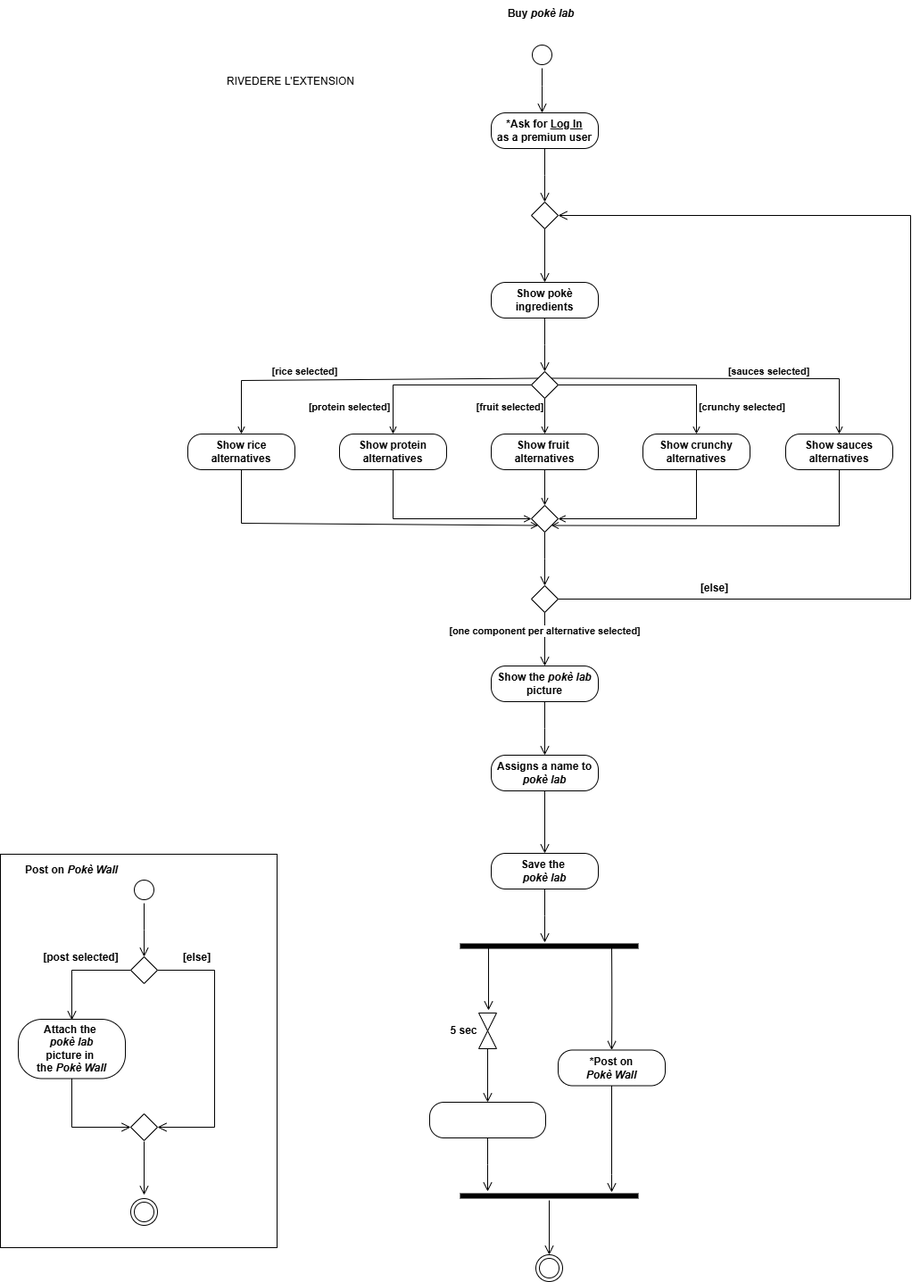
Above: diagrams/ActivityDiagram.drawio.png in matteopinfildi/ISPW-Project (draw.io), before the change. Source tidied: cells renumbered, new cells last; positions are measured from the earlier drawing's top-left corner, leaving out a move shared by most shapes.
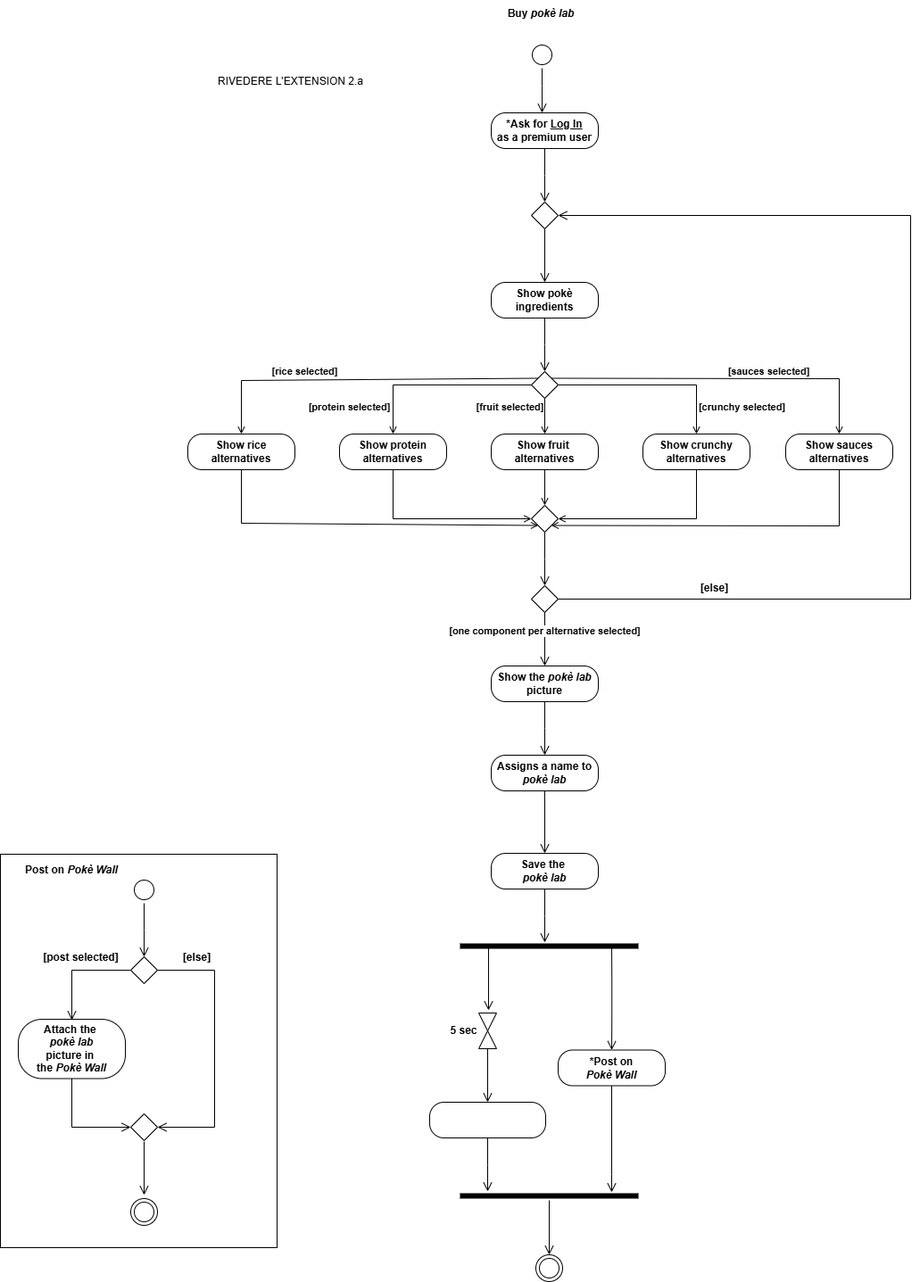
After the change.

The edit, as a diff of the source:
```diff
@@ -308,8 +308,8 @@
     <mxCell id="67" value="&lt;span style=&quot;font-size: 12px;&quot;&gt;&lt;b&gt;Post on &lt;i&gt;Pokè Wall&lt;/i&gt;&lt;/b&gt;&lt;/span&gt;" style="text;strokeColor=none;fillColor=none;html=1;align=center;verticalAlign=middle;whiteSpace=wrap;rounded=0;fontSize=16;labelBackgroundColor=none;" parent="1" vertex="1">
       <mxGeometry x="5" y="957.5" width="150" height="30" as="geometry" />
     </mxCell>
-    <mxCell id="68" value="RIVEDERE L'EXTENSION" style="text;html=1;align=center;verticalAlign=middle;strokeColor=none;fillColor=none;" parent="1" vertex="1">
-      <mxGeometry x="240" y="76" width="170" height="30" as="geometry" />
+    <mxCell id="68" value="RIVEDERE L'EXTENSION 2.a" style="text;html=1;align=center;verticalAlign=middle;strokeColor=none;fillColor=none;" parent="1" vertex="1">
+      <mxGeometry x="230" y="76" width="190" height="30" as="geometry" />
     </mxCell>
   </root>
 </mxGraphModel>
```
